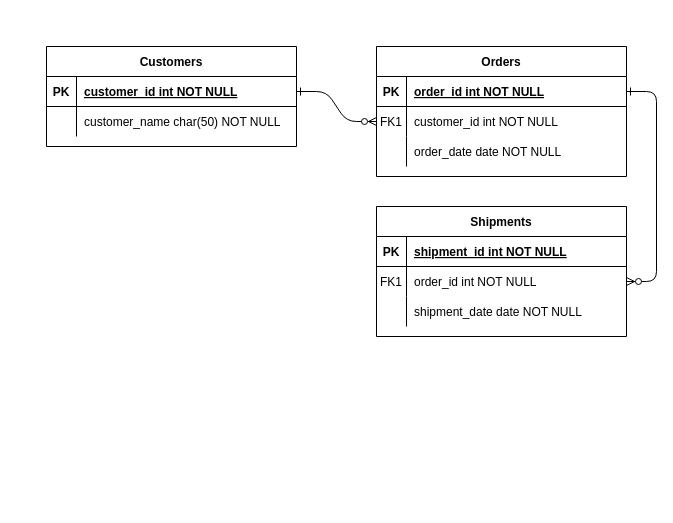
This is SystemModel.drawio from kippeves/KYH_Projekt2_React, a draw.io file, before an edit. Source tidied: cells renumbered, new cells numbered last; positions are measured from the earlier drawing's top-left corner, leaving out a move shared by most shapes. Both pictures are drawn from the tidied source at 100%, with x=0, y=0 at pixel (46, 46).
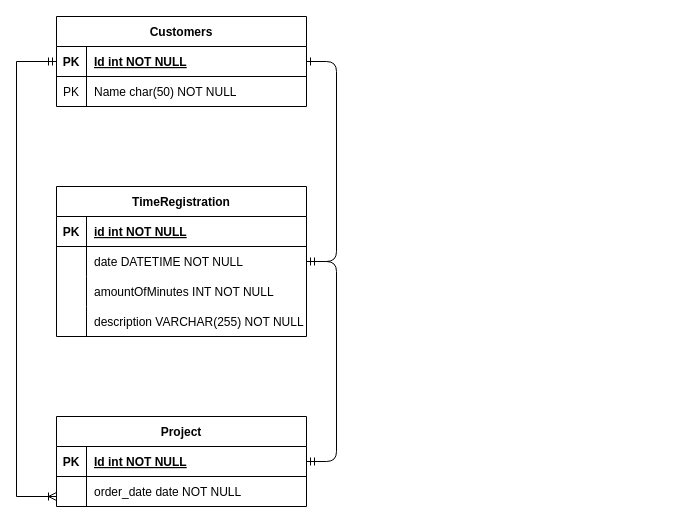
The same page after the edit.

Unchanged cells that the change refers to:
```xml
<mxCell id="5" style="shape=partialRectangle;fillColor=none;points=[[0,0.5],[1,0.5]];portConstraint=eastwest;top=0;left=0;right=0;bottom=1;" parent="4" vertex="1">
  <mxGeometry y="30" width="250" height="30" as="geometry" />
</mxCell>
<mxCell id="15" style="shape=partialRectangle;fillColor=none;top=0;left=0;right=0;bottom=1;" parent="14" vertex="1">
  <mxGeometry y="30" width="250" height="30" as="geometry" />
</mxCell>
<mxCell id="18" style="shape=partialRectangle;fillColor=none;points=[[0,0.5],[1,0.5]];portConstraint=eastwest;top=0;left=0;right=0;bottom=0;" parent="14" vertex="1">
  <mxGeometry y="60" width="250" height="30" as="geometry" />
</mxCell>
<mxCell id="21" style="shape=partialRectangle;fillColor=none;top=0;left=0;right=0;bottom=0;" parent="14" vertex="1">
  <mxGeometry y="90" width="250" height="30" as="geometry" />
</mxCell>
<mxCell id="25" style="shape=partialRectangle;fillColor=none;points=[[0,0.5],[1,0.5]];portConstraint=eastwest;top=0;left=0;right=0;bottom=1;" parent="24" vertex="1">
  <mxGeometry y="30" width="250" height="30" as="geometry" />
</mxCell>
<mxCell id="28" style="shape=partialRectangle;fillColor=none;top=0;left=0;right=0;bottom=0;" parent="24" vertex="1">
  <mxGeometry y="60" width="250" height="30" as="geometry" />
</mxCell>
```

What changed in the source:
```diff
@@
-    <mxCell id="2" style="edgeStyle=entityRelationEdgeStyle;endArrow=ERzeroToMany;startArrow=ERone;endFill=1;startFill=0;" parent="1" edge="1" source="25" target="8">
-      <mxGeometry relative="1" as="geometry" />
-    </mxCell>
-    <mxCell id="3" style="edgeStyle=entityRelationEdgeStyle;endArrow=ERzeroToMany;startArrow=ERone;endFill=1;startFill=0;" parent="1" edge="1" source="5" target="18">
-      <mxGeometry relative="1" as="geometry" />
-    </mxCell>
-    <mxCell id="4" value="Orders" style="shape=table;startSize=30;childLayout=tableLayout;rowLines=0;fontStyle=1;align=center;" parent="1" vertex="1">
-      <mxGeometry x="330" width="250" height="130" as="geometry" />
+    <mxCell id="4" value="Project" style="shape=table;startSize=30;childLayout=tableLayout;rowLines=0;fontStyle=1;align=center;" parent="1" vertex="1">
+      <mxGeometry x="10" y="370" width="250" height="90" as="geometry" />
     </mxCell>
@@
-    <mxCell id="7" value="order_id int NOT NULL " style="shape=partialRectangle;overflow=hidden;fillColor=none;top=0;left=0;bottom=0;right=0;align=left;spacingLeft=6;fontStyle=5;" parent="5" vertex="1">
+    <mxCell id="7" value="Id int NOT NULL" style="shape=partialRectangle;overflow=hidden;fillColor=none;top=0;left=0;bottom=0;right=0;align=left;spacingLeft=6;fontStyle=5;" parent="5" vertex="1">
       <mxGeometry x="30" width="220" height="30" as="geometry" />
     </mxCell>
-    <mxCell id="8" style="shape=partialRectangle;fillColor=none;points=[[0,0.5],[1,0.5]];portConstraint=eastwest;top=0;left=0;right=0;bottom=0;" parent="4" vertex="1">
-      <mxGeometry y="60" width="250" height="30" as="geometry" />
-    </mxCell>
-    <mxCell id="9" value="FK1" style="shape=partialRectangle;overflow=hidden;fillColor=none;top=0;left=0;bottom=0;right=0;" parent="8" vertex="1">
-      <mxGeometry width="30" height="30" as="geometry" />
-    </mxCell>
-    <mxCell id="10" value="customer_id int NOT NULL" style="shape=partialRectangle;overflow=hidden;fillColor=none;top=0;left=0;bottom=0;right=0;align=left;spacingLeft=6;" parent="8" vertex="1">
-      <mxGeometry x="30" width="220" height="30" as="geometry" />
-    </mxCell>
     <mxCell id="11" style="shape=partialRectangle;fillColor=none;top=0;left=0;right=0;bottom=0;" parent="4" vertex="1">
-      <mxGeometry y="90" width="250" height="30" as="geometry" />
+      <mxGeometry y="60" width="250" height="30" as="geometry" />
     </mxCell>
@@
-    <mxCell id="14" value="Shipments" style="shape=table;startSize=30;childLayout=tableLayout;rowLines=0;fontStyle=1;align=center;" parent="1" vertex="1">
-      <mxGeometry x="330" y="160" width="250" height="130" as="geometry" />
+    <mxCell id="14" value="TimeRegistration" style="shape=table;startSize=30;childLayout=tableLayout;rowLines=0;fontStyle=1;align=center;" parent="1" vertex="1">
+      <mxGeometry x="10" y="140" width="250" height="150" as="geometry" />
     </mxCell>
@@
-    <mxCell id="17" value="shipment_id int NOT NULL " style="shape=partialRectangle;overflow=hidden;fillColor=none;top=0;left=0;bottom=0;right=0;align=left;spacingLeft=6;fontStyle=5;" parent="15" vertex="1">
+    <mxCell id="17" value="id int NOT NULL " style="shape=partialRectangle;overflow=hidden;fillColor=none;top=0;left=0;bottom=0;right=0;align=left;spacingLeft=6;fontStyle=5;" parent="15" vertex="1">
       <mxGeometry x="30" width="220" height="30" as="geometry" />
     </mxCell>
@@
-    <mxCell id="19" value="FK1" style="shape=partialRectangle;overflow=hidden;fillColor=none;top=0;left=0;bottom=0;right=0;" parent="18" vertex="1">
+    <mxCell id="19" style="shape=partialRectangle;overflow=hidden;fillColor=none;top=0;left=0;bottom=0;right=0;" parent="18" vertex="1">
       <mxGeometry width="30" height="30" as="geometry" />
     </mxCell>
-    <mxCell id="20" value="order_id int NOT NULL" style="shape=partialRectangle;overflow=hidden;fillColor=none;top=0;left=0;bottom=0;right=0;align=left;spacingLeft=6;" parent="18" vertex="1">
+    <mxCell id="20" value="date DATETIME NOT NULL" style="shape=partialRectangle;overflow=hidden;fillColor=none;top=0;left=0;bottom=0;right=0;align=left;spacingLeft=6;" parent="18" vertex="1">
       <mxGeometry x="30" width="220" height="30" as="geometry" />
     </mxCell>
@@
-    <mxCell id="23" value="shipment_date date NOT NULL" style="shape=partialRectangle;overflow=hidden;fillColor=none;top=0;left=0;bottom=0;right=0;align=left;spacingLeft=6;" parent="21" vertex="1">
+    <mxCell id="23" value="amountOfMinutes INT NOT NULL" style="shape=partialRectangle;overflow=hidden;fillColor=none;top=0;left=0;bottom=0;right=0;align=left;spacingLeft=6;" parent="21" vertex="1">
       <mxGeometry x="30" width="220" height="30" as="geometry" />
     </mxCell>
+    <mxCell id="31" style="shape=tableRow;horizontal=0;startSize=0;swimlaneHead=0;swimlaneBody=0;fillColor=none;top=0;left=0;right=0;bottom=0;" parent="14" vertex="1">
+      <mxGeometry y="120" width="250" height="30" as="geometry" />
+    </mxCell>
+    <mxCell id="32" style="shape=partialRectangle;fillColor=none;top=0;left=0;bottom=0;right=0;overflow=hidden;" parent="31" vertex="1">
+      <mxGeometry width="30" height="30" as="geometry" />
+    </mxCell>
+    <mxCell id="33" value="description VARCHAR(255) NOT NULL" style="shape=partialRectangle;fillColor=none;top=0;left=0;bottom=0;right=0;align=left;spacingLeft=6;overflow=hidden;" parent="31" vertex="1">
+      <mxGeometry x="30" width="220" height="30" as="geometry" />
+    </mxCell>
     <mxCell id="24" value="Customers" style="shape=table;startSize=30;childLayout=tableLayout;rowLines=0;fontStyle=1;align=center;" parent="1" vertex="1">
-      <mxGeometry width="250" height="100" as="geometry" />
+      <mxGeometry x="10" y="-30" width="250" height="90" as="geometry" />
     </mxCell>
@@
-    <mxCell id="27" value="customer_id int NOT NULL " style="shape=partialRectangle;overflow=hidden;fillColor=none;top=0;left=0;bottom=0;right=0;align=left;spacingLeft=6;fontStyle=5;" parent="25" vertex="1">
+    <mxCell id="27" value="Id int NOT NULL " style="shape=partialRectangle;overflow=hidden;fillColor=none;top=0;left=0;bottom=0;right=0;align=left;spacingLeft=6;fontStyle=5;" parent="25" vertex="1">
       <mxGeometry x="30" width="220" height="30" as="geometry" />
     </mxCell>
@@
-    <mxCell id="29" style="shape=partialRectangle;overflow=hidden;fillColor=none;top=0;left=0;bottom=0;right=0;" parent="28" vertex="1">
+    <mxCell id="29" value="PK" style="shape=partialRectangle;overflow=hidden;fillColor=none;top=0;left=0;bottom=0;right=0;" parent="28" vertex="1">
       <mxGeometry width="30" height="30" as="geometry" />
     </mxCell>
-    <mxCell id="30" value="customer_name char(50) NOT NULL" style="shape=partialRectangle;overflow=hidden;fillColor=none;top=0;left=0;bottom=0;right=0;align=left;spacingLeft=6;" parent="28" vertex="1">
+    <mxCell id="30" value="Name char(50) NOT NULL" style="shape=partialRectangle;overflow=hidden;fillColor=none;top=0;left=0;bottom=0;right=0;align=left;spacingLeft=6;" parent="28" vertex="1">
       <mxGeometry x="30" width="220" height="30" as="geometry" />
     </mxCell>
+    <mxCell id="34" style="edgeStyle=orthogonalEdgeStyle;fontSize=12;html=1;endArrow=ERoneToMany;startArrow=ERmandOne;rounded=0;jumpStyle=arc;sketch=0;" parent="1" edge="1" source="25" target="4">
+      <mxGeometry relative="1" as="geometry">
+        <Array as="points">
+          <mxPoint x="-30" y="15" />
+          <mxPoint x="-30" y="450" />
+        </Array>
+      </mxGeometry>
+    </mxCell>
+    <mxCell id="35" style="edgeStyle=entityRelationEdgeStyle;fontSize=12;html=1;endArrow=ERmandOne;startArrow=ERmandOne;rounded=1;sketch=0;jumpStyle=arc;" parent="1" edge="1" source="4" target="14">
+      <mxGeometry relative="1" as="geometry" />
+    </mxCell>
+    <mxCell id="36" style="edgeStyle=entityRelationEdgeStyle;fontSize=12;html=1;endArrow=ERone;endFill=1;rounded=1;sketch=0;jumpStyle=arc;" parent="1" edge="1" source="14" target="24">
+      <mxGeometry relative="1" as="geometry" />
+    </mxCell>
```
